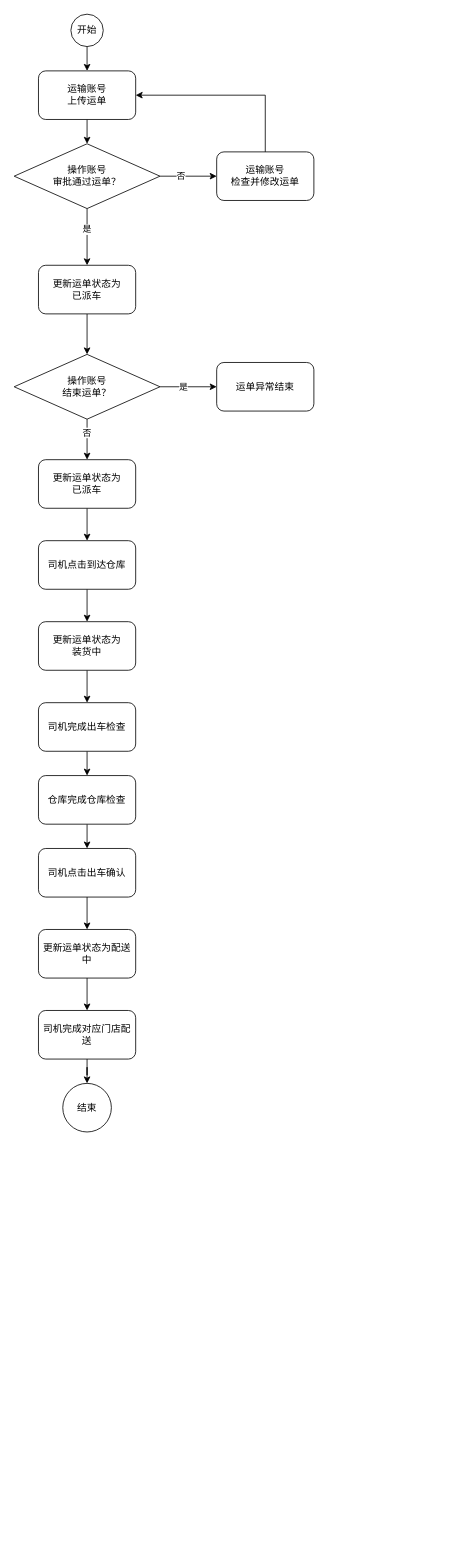
FrankKirin/PM_works keeps this draw.io diagram as E6丰豪配置运单流程图.drawio. Above is the earlier version. Source tidied: cells renumbered, new cells numbered last; positions are measured from the earlier drawing's top-left corner, leaving out a move shared by most shapes. Both pictures are drawn from the tidied source at 81%, with x=0, y=0 at pixel (14, 14).
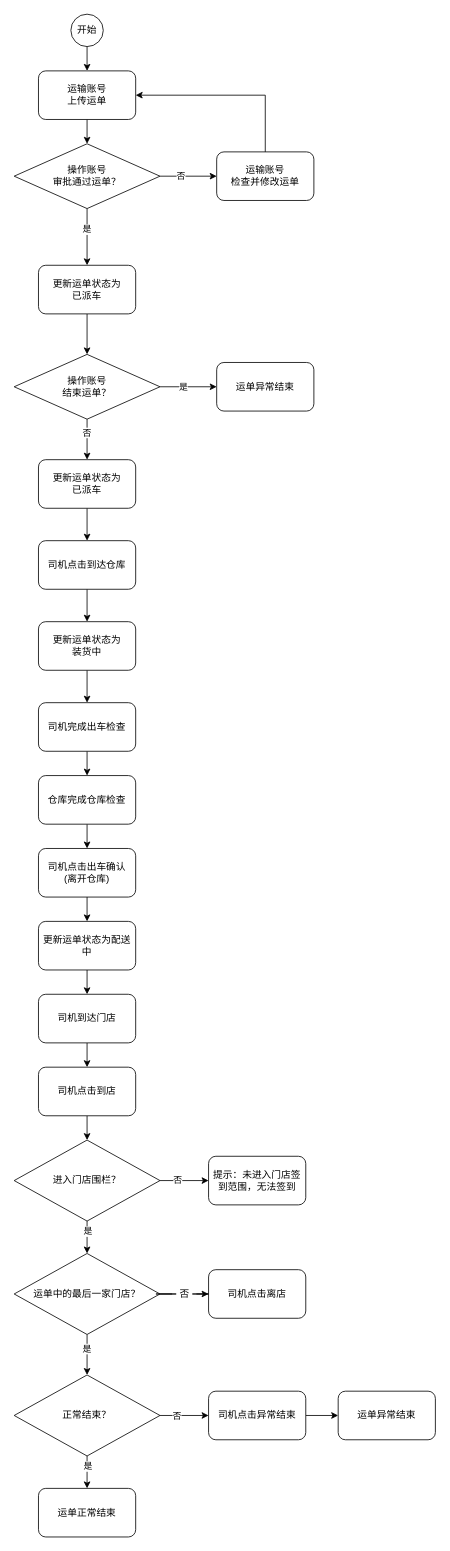
After the change.

Commit message:
Update E6丰豪配置运单流程图.drawio

Diff of the diagram source:
```diff
@@
-    <mxCell id="32" value="司机点击出车确认" style="rounded=1;whiteSpace=wrap;html=1;" parent="1" vertex="1">
+    <mxCell id="32" value="司机点击出车确认&lt;br&gt;(离开仓库)" style="rounded=1;whiteSpace=wrap;html=1;" parent="1" vertex="1">
       <mxGeometry x="30" y="1030" width="120" height="60" as="geometry" />
     </mxCell>
-    <mxCell id="33" style="edgeStyle=orthogonalEdgeStyle;rounded=0;jettySize=auto;html=1;exitX=0.5;exitY=1;exitDx=0;exitDy=0;entryX=0.5;entryY=0;entryDx=0;entryDy=0;" parent="1" edge="1" source="34" target="36">
-      <mxGeometry relative="1" as="geometry" />
-    </mxCell>
+    <mxCell id="38" style="edgeStyle=orthogonalEdgeStyle;rounded=0;jettySize=auto;html=1;exitX=0.5;exitY=1;exitDx=0;exitDy=0;entryX=0.5;entryY=0;entryDx=0;entryDy=0;" parent="1" edge="1" source="34" target="40">
+      <mxGeometry relative="1" as="geometry" />
+    </mxCell>
     <mxCell id="34" value="更新运单状态为配送中" style="rounded=1;whiteSpace=wrap;html=1;" parent="1" vertex="1">
-      <mxGeometry x="30" y="1130" width="120" height="60" as="geometry" />
+      <mxGeometry x="30" y="1120" width="120" height="60" as="geometry" />
     </mxCell>
-    <mxCell id="35" style="edgeStyle=orthogonalEdgeStyle;rounded=0;jettySize=auto;html=1;exitX=0.5;exitY=1;exitDx=0;exitDy=0;" parent="1" edge="1" source="36" target="37">
-      <mxGeometry relative="1" as="geometry" />
-    </mxCell>
-    <mxCell id="36" value="司机完成对应门店配送" style="rounded=1;whiteSpace=wrap;html=1;" parent="1" vertex="1">
-      <mxGeometry x="30" y="1230" width="120" height="60" as="geometry" />
-    </mxCell>
-    <mxCell id="37" value="结束" style="ellipse;whiteSpace=wrap;html=1;" parent="1" vertex="1">
-      <mxGeometry x="60" y="1320" width="60" height="60" as="geometry" />
-    </mxCell>
+    <mxCell id="39" style="edgeStyle=orthogonalEdgeStyle;rounded=0;jettySize=auto;html=1;exitX=0.5;exitY=1;exitDx=0;exitDy=0;entryX=0.5;entryY=0;entryDx=0;entryDy=0;" parent="1" edge="1" source="40" target="60">
+      <mxGeometry relative="1" as="geometry" />
+    </mxCell>
+    <mxCell id="40" value="司机到达门店" style="rounded=1;whiteSpace=wrap;html=1;" parent="1" vertex="1">
+      <mxGeometry x="30" y="1210" width="120" height="60" as="geometry" />
+    </mxCell>
+    <mxCell id="41" style="edgeStyle=orthogonalEdgeStyle;rounded=0;jettySize=auto;html=1;exitX=0.5;exitY=1;exitDx=0;exitDy=0;entryX=0.5;entryY=0;entryDx=0;entryDy=0;" parent="1" edge="1" source="44" target="49">
+      <mxGeometry relative="1" as="geometry" />
+    </mxCell>
+    <mxCell id="42" value="是" style="edgeLabel;html=1;align=center;verticalAlign=middle;" parent="41" vertex="1">
+      <mxGeometry x="-0.31" y="-1" relative="1" as="geometry" />
+    </mxCell>
+    <mxCell id="43" style="edgeStyle=orthogonalEdgeStyle;rounded=0;jettySize=auto;html=1;exitX=1;exitY=0.5;exitDx=0;exitDy=0;startArrow=none;" parent="1" edge="1" source="51" target="50">
+      <mxGeometry relative="1" as="geometry" />
+    </mxCell>
+    <mxCell id="44" value="运单中的最后一家门店？" style="rhombus;whiteSpace=wrap;html=1;" parent="1" vertex="1">
+      <mxGeometry y="1530" width="180" height="100" as="geometry" />
+    </mxCell>
+    <mxCell id="45" style="edgeStyle=orthogonalEdgeStyle;rounded=0;jettySize=auto;html=1;exitX=0.5;exitY=1;exitDx=0;exitDy=0;entryX=0.5;entryY=0;entryDx=0;entryDy=0;" parent="1" edge="1" source="49" target="61">
+      <mxGeometry relative="1" as="geometry" />
+    </mxCell>
+    <mxCell id="46" value="是" style="edgeLabel;html=1;align=center;verticalAlign=middle;" parent="45" vertex="1">
+      <mxGeometry x="-0.4" relative="1" as="geometry" />
+    </mxCell>
+    <mxCell id="47" style="edgeStyle=orthogonalEdgeStyle;rounded=0;jettySize=auto;html=1;exitX=1;exitY=0.5;exitDx=0;exitDy=0;entryX=0;entryY=0.5;entryDx=0;entryDy=0;" parent="1" edge="1" source="49" target="63">
+      <mxGeometry relative="1" as="geometry" />
+    </mxCell>
+    <mxCell id="48" value="否" style="edgeLabel;html=1;align=center;verticalAlign=middle;" parent="47" vertex="1">
+      <mxGeometry x="-0.4" y="1" relative="1" as="geometry">
+        <mxPoint x="2" y="1" as="offset" />
+      </mxGeometry>
+    </mxCell>
+    <mxCell id="49" value="正常结束？" style="rhombus;whiteSpace=wrap;html=1;" parent="1" vertex="1">
+      <mxGeometry y="1680" width="180" height="100" as="geometry" />
+    </mxCell>
+    <mxCell id="50" value="司机点击离店" style="rounded=1;whiteSpace=wrap;html=1;" parent="1" vertex="1">
+      <mxGeometry x="240" y="1550" width="120" height="60" as="geometry" />
+    </mxCell>
+    <mxCell id="51" value="否" style="text;html=1;align=center;verticalAlign=middle;points=[];strokeColor=none;fillColor=none;" parent="1" vertex="1">
+      <mxGeometry x="195" y="1570" width="30" height="20" as="geometry" />
+    </mxCell>
+    <mxCell id="52" style="edgeStyle=orthogonalEdgeStyle;rounded=0;jettySize=auto;html=1;exitX=1;exitY=0.5;exitDx=0;exitDy=0;endArrow=none;" parent="1" edge="1" source="44" target="51">
+      <mxGeometry relative="1" as="geometry" />
+    </mxCell>
+    <mxCell id="53" style="edgeStyle=orthogonalEdgeStyle;rounded=0;jettySize=auto;html=1;exitX=0.5;exitY=1;exitDx=0;exitDy=0;entryX=0.5;entryY=0;entryDx=0;entryDy=0;" parent="1" edge="1" source="57" target="44">
+      <mxGeometry relative="1" as="geometry" />
+    </mxCell>
+    <mxCell id="54" value="是" style="edgeLabel;html=1;align=center;verticalAlign=middle;" parent="53" vertex="1">
+      <mxGeometry x="-0.38" relative="1" as="geometry" />
+    </mxCell>
+    <mxCell id="55" style="edgeStyle=orthogonalEdgeStyle;rounded=0;jettySize=auto;html=1;exitX=1;exitY=0.5;exitDx=0;exitDy=0;entryX=0;entryY=0.5;entryDx=0;entryDy=0;" parent="1" edge="1" source="57" target="58">
+      <mxGeometry relative="1" as="geometry" />
+    </mxCell>
+    <mxCell id="56" value="否" style="edgeLabel;html=1;align=center;verticalAlign=middle;" parent="55" vertex="1">
+      <mxGeometry x="-0.29" y="1" relative="1" as="geometry" />
+    </mxCell>
+    <mxCell id="57" value="进入门店围栏？" style="rhombus;whiteSpace=wrap;html=1;" parent="1" vertex="1">
+      <mxGeometry y="1390" width="180" height="100" as="geometry" />
+    </mxCell>
+    <mxCell id="58" value="提示：未进入门店签到范围，无法签到" style="rounded=1;whiteSpace=wrap;html=1;" parent="1" vertex="1">
+      <mxGeometry x="240" y="1410" width="120" height="60" as="geometry" />
+    </mxCell>
+    <mxCell id="59" style="edgeStyle=orthogonalEdgeStyle;rounded=0;jettySize=auto;html=1;exitX=0.5;exitY=1;exitDx=0;exitDy=0;entryX=0.5;entryY=0;entryDx=0;entryDy=0;" parent="1" edge="1" source="60" target="57">
+      <mxGeometry relative="1" as="geometry" />
+    </mxCell>
+    <mxCell id="60" value="司机点击到店" style="rounded=1;whiteSpace=wrap;html=1;" parent="1" vertex="1">
+      <mxGeometry x="30" y="1300" width="120" height="60" as="geometry" />
+    </mxCell>
+    <mxCell id="61" value="运单正常结束" style="rounded=1;whiteSpace=wrap;html=1;" parent="1" vertex="1">
+      <mxGeometry x="30" y="1820" width="120" height="60" as="geometry" />
+    </mxCell>
+    <mxCell id="62" style="edgeStyle=orthogonalEdgeStyle;rounded=0;jettySize=auto;html=1;exitX=1;exitY=0.5;exitDx=0;exitDy=0;entryX=0;entryY=0.5;entryDx=0;entryDy=0;" parent="1" edge="1" source="63" target="64">
+      <mxGeometry relative="1" as="geometry" />
+    </mxCell>
+    <mxCell id="63" value="司机点击异常结束" style="rounded=1;whiteSpace=wrap;html=1;" parent="1" vertex="1">
+      <mxGeometry x="240" y="1700" width="120" height="60" as="geometry" />
+    </mxCell>
+    <mxCell id="64" value="运单异常结束" style="rounded=1;whiteSpace=wrap;html=1;" parent="1" vertex="1">
+      <mxGeometry x="400" y="1700" width="120" height="60" as="geometry" />
+    </mxCell>
```
